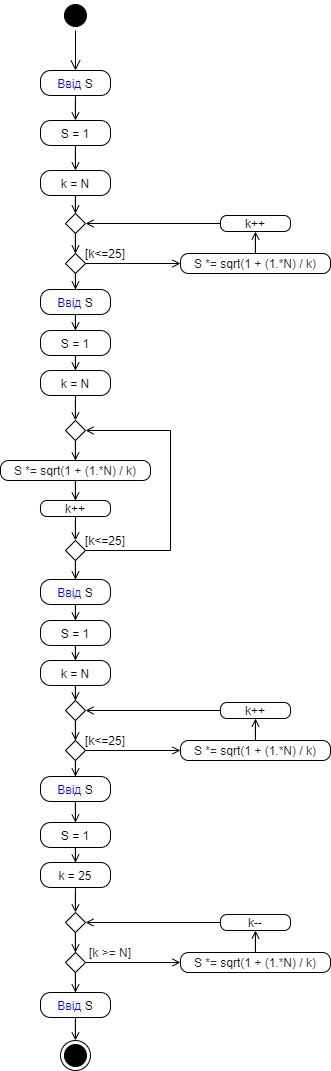
fhctyw/Lab4.1 keeps this draw.io diagram as UML.png. Above is the earlier version. Source tidied: cells renumbered, new cells last; positions are measured from the earlier drawing's top-left corner, leaving out a move shared by most shapes.
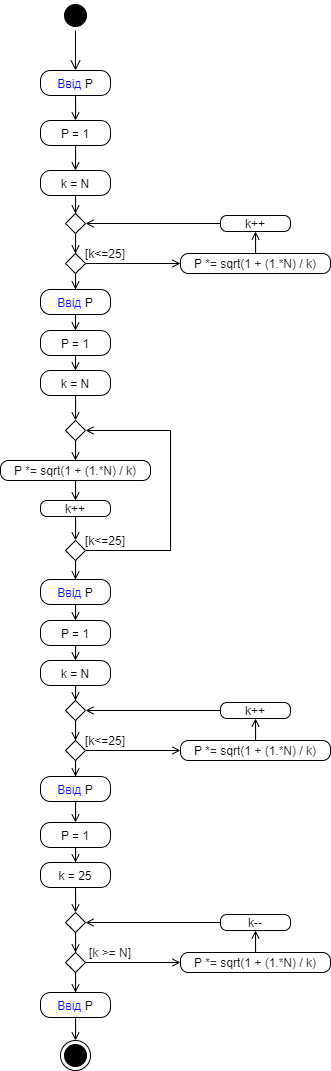
The same diagram one commit later.

What changed in the source:
```diff
@@ -15,3 +15,3 @@
     </mxCell>
-    <mxCell id="5" value="&lt;font color=&quot;#0000ff&quot;&gt;Ввід&lt;/font&gt; S" style="rounded=1;whiteSpace=wrap;html=1;arcSize=40;" parent="1" vertex="1">
+    <mxCell id="5" value="&lt;font color=&quot;#0000ff&quot;&gt;Ввід&lt;/font&gt;&amp;nbsp;P" style="rounded=1;whiteSpace=wrap;html=1;arcSize=40;" parent="1" vertex="1">
       <mxGeometry x="40" y="70" width="70" height="25" as="geometry" />
@@ -21,3 +21,3 @@
     </mxCell>
-    <mxCell id="7" value="S = 1" style="rounded=1;whiteSpace=wrap;html=1;arcSize=40;" parent="1" vertex="1">
+    <mxCell id="7" value="P&amp;nbsp;= 1" style="rounded=1;whiteSpace=wrap;html=1;arcSize=40;" parent="1" vertex="1">
       <mxGeometry x="40" y="120" width="70" height="25" as="geometry" />
@@ -48,3 +48,3 @@
     </mxCell>
-    <mxCell id="16" value="&lt;span style=&quot;color: rgb(36 , 41 , 47) ; font-family: , , &amp;#34;sf mono&amp;#34; , &amp;#34;menlo&amp;#34; , &amp;#34;consolas&amp;#34; , &amp;#34;liberation mono&amp;#34; , monospace ; background-color: rgb(255 , 255 , 255)&quot;&gt;S *= &lt;/span&gt;&lt;span class=&quot;pl-c1&quot; style=&quot;box-sizing: border-box ; font-family: , , &amp;#34;sf mono&amp;#34; , &amp;#34;menlo&amp;#34; , &amp;#34;consolas&amp;#34; , &amp;#34;liberation mono&amp;#34; , monospace ; background-color: rgb(255 , 255 , 255)&quot;&gt;sqrt&lt;/span&gt;&lt;span style=&quot;color: rgb(36 , 41 , 47) ; font-family: , , &amp;#34;sf mono&amp;#34; , &amp;#34;menlo&amp;#34; , &amp;#34;consolas&amp;#34; , &amp;#34;liberation mono&amp;#34; , monospace ; background-color: rgb(255 , 255 , 255)&quot;&gt;(&lt;/span&gt;&lt;span class=&quot;pl-c1&quot; style=&quot;box-sizing: border-box ; font-family: , , &amp;#34;sf mono&amp;#34; , &amp;#34;menlo&amp;#34; , &amp;#34;consolas&amp;#34; , &amp;#34;liberation mono&amp;#34; , monospace ; background-color: rgb(255 , 255 , 255)&quot;&gt;1&lt;/span&gt;&lt;span style=&quot;color: rgb(36 , 41 , 47) ; font-family: , , &amp;#34;sf mono&amp;#34; , &amp;#34;menlo&amp;#34; , &amp;#34;consolas&amp;#34; , &amp;#34;liberation mono&amp;#34; , monospace ; background-color: rgb(255 , 255 , 255)&quot;&gt; + (&lt;/span&gt;&lt;span class=&quot;pl-c1&quot; style=&quot;box-sizing: border-box ; font-family: , , &amp;#34;sf mono&amp;#34; , &amp;#34;menlo&amp;#34; , &amp;#34;consolas&amp;#34; , &amp;#34;liberation mono&amp;#34; , monospace ; background-color: rgb(255 , 255 , 255)&quot;&gt;1&lt;/span&gt;&lt;span style=&quot;color: rgb(36 , 41 , 47) ; font-family: , , &amp;#34;sf mono&amp;#34; , &amp;#34;menlo&amp;#34; , &amp;#34;consolas&amp;#34; , &amp;#34;liberation mono&amp;#34; , monospace ; background-color: rgb(255 , 255 , 255)&quot;&gt;.*N) / k)&lt;/span&gt;" style="rounded=1;whiteSpace=wrap;html=1;arcSize=40;" parent="1" vertex="1">
+    <mxCell id="16" value="P&lt;span style=&quot;color: rgb(36 , 41 , 47) ; font-family: , , &amp;#34;sf mono&amp;#34; , &amp;#34;menlo&amp;#34; , &amp;#34;consolas&amp;#34; , &amp;#34;liberation mono&amp;#34; , monospace ; background-color: rgb(255 , 255 , 255)&quot;&gt;&amp;nbsp;*= &lt;/span&gt;&lt;span class=&quot;pl-c1&quot; style=&quot;box-sizing: border-box ; font-family: , , &amp;#34;sf mono&amp;#34; , &amp;#34;menlo&amp;#34; , &amp;#34;consolas&amp;#34; , &amp;#34;liberation mono&amp;#34; , monospace ; background-color: rgb(255 , 255 , 255)&quot;&gt;sqrt&lt;/span&gt;&lt;span style=&quot;color: rgb(36 , 41 , 47) ; font-family: , , &amp;#34;sf mono&amp;#34; , &amp;#34;menlo&amp;#34; , &amp;#34;consolas&amp;#34; , &amp;#34;liberation mono&amp;#34; , monospace ; background-color: rgb(255 , 255 , 255)&quot;&gt;(&lt;/span&gt;&lt;span class=&quot;pl-c1&quot; style=&quot;box-sizing: border-box ; font-family: , , &amp;#34;sf mono&amp;#34; , &amp;#34;menlo&amp;#34; , &amp;#34;consolas&amp;#34; , &amp;#34;liberation mono&amp;#34; , monospace ; background-color: rgb(255 , 255 , 255)&quot;&gt;1&lt;/span&gt;&lt;span style=&quot;color: rgb(36 , 41 , 47) ; font-family: , , &amp;#34;sf mono&amp;#34; , &amp;#34;menlo&amp;#34; , &amp;#34;consolas&amp;#34; , &amp;#34;liberation mono&amp;#34; , monospace ; background-color: rgb(255 , 255 , 255)&quot;&gt; + (&lt;/span&gt;&lt;span class=&quot;pl-c1&quot; style=&quot;box-sizing: border-box ; font-family: , , &amp;#34;sf mono&amp;#34; , &amp;#34;menlo&amp;#34; , &amp;#34;consolas&amp;#34; , &amp;#34;liberation mono&amp;#34; , monospace ; background-color: rgb(255 , 255 , 255)&quot;&gt;1&lt;/span&gt;&lt;span style=&quot;color: rgb(36 , 41 , 47) ; font-family: , , &amp;#34;sf mono&amp;#34; , &amp;#34;menlo&amp;#34; , &amp;#34;consolas&amp;#34; , &amp;#34;liberation mono&amp;#34; , monospace ; background-color: rgb(255 , 255 , 255)&quot;&gt;.*N) / k)&lt;/span&gt;" style="rounded=1;whiteSpace=wrap;html=1;arcSize=40;" parent="1" vertex="1">
       <mxGeometry x="180" y="253" width="150" height="20" as="geometry" />
@@ -63,3 +63,3 @@
     </mxCell>
-    <mxCell id="21" value="&lt;font color=&quot;#0000ff&quot;&gt;Ввід&lt;/font&gt; S" style="rounded=1;whiteSpace=wrap;html=1;arcSize=40;" parent="1" vertex="1">
+    <mxCell id="21" value="&lt;font color=&quot;#0000ff&quot;&gt;Ввід&lt;/font&gt;&amp;nbsp;P" style="rounded=1;whiteSpace=wrap;html=1;arcSize=40;" parent="1" vertex="1">
       <mxGeometry x="40" y="289" width="70" height="25" as="geometry" />
@@ -75,3 +75,3 @@
     </mxCell>
-    <mxCell id="25" value="&lt;span style=&quot;color: rgb(36 , 41 , 47) ; font-family: , , &amp;#34;sf mono&amp;#34; , &amp;#34;menlo&amp;#34; , &amp;#34;consolas&amp;#34; , &amp;#34;liberation mono&amp;#34; , monospace ; background-color: rgb(255 , 255 , 255)&quot;&gt;S *= &lt;/span&gt;&lt;span class=&quot;pl-c1&quot; style=&quot;box-sizing: border-box ; font-family: , , &amp;#34;sf mono&amp;#34; , &amp;#34;menlo&amp;#34; , &amp;#34;consolas&amp;#34; , &amp;#34;liberation mono&amp;#34; , monospace ; background-color: rgb(255 , 255 , 255)&quot;&gt;sqrt&lt;/span&gt;&lt;span style=&quot;color: rgb(36 , 41 , 47) ; font-family: , , &amp;#34;sf mono&amp;#34; , &amp;#34;menlo&amp;#34; , &amp;#34;consolas&amp;#34; , &amp;#34;liberation mono&amp;#34; , monospace ; background-color: rgb(255 , 255 , 255)&quot;&gt;(&lt;/span&gt;&lt;span class=&quot;pl-c1&quot; style=&quot;box-sizing: border-box ; font-family: , , &amp;#34;sf mono&amp;#34; , &amp;#34;menlo&amp;#34; , &amp;#34;consolas&amp;#34; , &amp;#34;liberation mono&amp;#34; , monospace ; background-color: rgb(255 , 255 , 255)&quot;&gt;1&lt;/span&gt;&lt;span style=&quot;color: rgb(36 , 41 , 47) ; font-family: , , &amp;#34;sf mono&amp;#34; , &amp;#34;menlo&amp;#34; , &amp;#34;consolas&amp;#34; , &amp;#34;liberation mono&amp;#34; , monospace ; background-color: rgb(255 , 255 , 255)&quot;&gt; + (&lt;/span&gt;&lt;span class=&quot;pl-c1&quot; style=&quot;box-sizing: border-box ; font-family: , , &amp;#34;sf mono&amp;#34; , &amp;#34;menlo&amp;#34; , &amp;#34;consolas&amp;#34; , &amp;#34;liberation mono&amp;#34; , monospace ; background-color: rgb(255 , 255 , 255)&quot;&gt;1&lt;/span&gt;&lt;span style=&quot;color: rgb(36 , 41 , 47) ; font-family: , , &amp;#34;sf mono&amp;#34; , &amp;#34;menlo&amp;#34; , &amp;#34;consolas&amp;#34; , &amp;#34;liberation mono&amp;#34; , monospace ; background-color: rgb(255 , 255 , 255)&quot;&gt;.*N) / k)&lt;/span&gt;" style="rounded=1;whiteSpace=wrap;html=1;arcSize=40;" parent="1" vertex="1">
+    <mxCell id="25" value="P&lt;span style=&quot;color: rgb(36 , 41 , 47) ; font-family: , , &amp;#34;sf mono&amp;#34; , &amp;#34;menlo&amp;#34; , &amp;#34;consolas&amp;#34; , &amp;#34;liberation mono&amp;#34; , monospace ; background-color: rgb(255 , 255 , 255)&quot;&gt;&amp;nbsp;*= &lt;/span&gt;&lt;span class=&quot;pl-c1&quot; style=&quot;box-sizing: border-box ; font-family: , , &amp;#34;sf mono&amp;#34; , &amp;#34;menlo&amp;#34; , &amp;#34;consolas&amp;#34; , &amp;#34;liberation mono&amp;#34; , monospace ; background-color: rgb(255 , 255 , 255)&quot;&gt;sqrt&lt;/span&gt;&lt;span style=&quot;color: rgb(36 , 41 , 47) ; font-family: , , &amp;#34;sf mono&amp;#34; , &amp;#34;menlo&amp;#34; , &amp;#34;consolas&amp;#34; , &amp;#34;liberation mono&amp;#34; , monospace ; background-color: rgb(255 , 255 , 255)&quot;&gt;(&lt;/span&gt;&lt;span class=&quot;pl-c1&quot; style=&quot;box-sizing: border-box ; font-family: , , &amp;#34;sf mono&amp;#34; , &amp;#34;menlo&amp;#34; , &amp;#34;consolas&amp;#34; , &amp;#34;liberation mono&amp;#34; , monospace ; background-color: rgb(255 , 255 , 255)&quot;&gt;1&lt;/span&gt;&lt;span style=&quot;color: rgb(36 , 41 , 47) ; font-family: , , &amp;#34;sf mono&amp;#34; , &amp;#34;menlo&amp;#34; , &amp;#34;consolas&amp;#34; , &amp;#34;liberation mono&amp;#34; , monospace ; background-color: rgb(255 , 255 , 255)&quot;&gt; + (&lt;/span&gt;&lt;span class=&quot;pl-c1&quot; style=&quot;box-sizing: border-box ; font-family: , , &amp;#34;sf mono&amp;#34; , &amp;#34;menlo&amp;#34; , &amp;#34;consolas&amp;#34; , &amp;#34;liberation mono&amp;#34; , monospace ; background-color: rgb(255 , 255 , 255)&quot;&gt;1&lt;/span&gt;&lt;span style=&quot;color: rgb(36 , 41 , 47) ; font-family: , , &amp;#34;sf mono&amp;#34; , &amp;#34;menlo&amp;#34; , &amp;#34;consolas&amp;#34; , &amp;#34;liberation mono&amp;#34; , monospace ; background-color: rgb(255 , 255 , 255)&quot;&gt;.*N) / k)&lt;/span&gt;" style="rounded=1;whiteSpace=wrap;html=1;arcSize=40;" parent="1" vertex="1">
       <mxGeometry y="460" width="150" height="20" as="geometry" />
@@ -104,3 +104,3 @@
     </mxCell>
-    <mxCell id="33" value="&lt;font color=&quot;#0000ff&quot;&gt;Ввід&lt;/font&gt; S" style="rounded=1;whiteSpace=wrap;html=1;arcSize=40;" parent="1" vertex="1">
+    <mxCell id="33" value="&lt;font color=&quot;#0000ff&quot;&gt;Ввід&lt;/font&gt;&amp;nbsp;P" style="rounded=1;whiteSpace=wrap;html=1;arcSize=40;" parent="1" vertex="1">
       <mxGeometry x="40" y="579" width="70" height="25" as="geometry" />
@@ -110,3 +110,3 @@
     </mxCell>
-    <mxCell id="35" value="S = 1" style="rounded=1;whiteSpace=wrap;html=1;arcSize=40;" parent="1" vertex="1">
+    <mxCell id="35" value="P&amp;nbsp;= 1" style="rounded=1;whiteSpace=wrap;html=1;arcSize=40;" parent="1" vertex="1">
       <mxGeometry x="40" y="330" width="70" height="25" as="geometry" />
@@ -122,3 +122,3 @@
     </mxCell>
-    <mxCell id="39" value="S = 1" style="rounded=1;whiteSpace=wrap;html=1;arcSize=40;" parent="1" vertex="1">
+    <mxCell id="39" value="P&amp;nbsp;= 1" style="rounded=1;whiteSpace=wrap;html=1;arcSize=40;" parent="1" vertex="1">
       <mxGeometry x="40" y="620" width="70" height="25" as="geometry" />
@@ -149,3 +149,3 @@
     </mxCell>
-    <mxCell id="48" value="&lt;span style=&quot;color: rgb(36 , 41 , 47) ; font-family: , , &amp;#34;sf mono&amp;#34; , &amp;#34;menlo&amp;#34; , &amp;#34;consolas&amp;#34; , &amp;#34;liberation mono&amp;#34; , monospace ; background-color: rgb(255 , 255 , 255)&quot;&gt;S *= &lt;/span&gt;&lt;span class=&quot;pl-c1&quot; style=&quot;box-sizing: border-box ; font-family: , , &amp;#34;sf mono&amp;#34; , &amp;#34;menlo&amp;#34; , &amp;#34;consolas&amp;#34; , &amp;#34;liberation mono&amp;#34; , monospace ; background-color: rgb(255 , 255 , 255)&quot;&gt;sqrt&lt;/span&gt;&lt;span style=&quot;color: rgb(36 , 41 , 47) ; font-family: , , &amp;#34;sf mono&amp;#34; , &amp;#34;menlo&amp;#34; , &amp;#34;consolas&amp;#34; , &amp;#34;liberation mono&amp;#34; , monospace ; background-color: rgb(255 , 255 , 255)&quot;&gt;(&lt;/span&gt;&lt;span class=&quot;pl-c1&quot; style=&quot;box-sizing: border-box ; font-family: , , &amp;#34;sf mono&amp;#34; , &amp;#34;menlo&amp;#34; , &amp;#34;consolas&amp;#34; , &amp;#34;liberation mono&amp;#34; , monospace ; background-color: rgb(255 , 255 , 255)&quot;&gt;1&lt;/span&gt;&lt;span style=&quot;color: rgb(36 , 41 , 47) ; font-family: , , &amp;#34;sf mono&amp;#34; , &amp;#34;menlo&amp;#34; , &amp;#34;consolas&amp;#34; , &amp;#34;liberation mono&amp;#34; , monospace ; background-color: rgb(255 , 255 , 255)&quot;&gt; + (&lt;/span&gt;&lt;span class=&quot;pl-c1&quot; style=&quot;box-sizing: border-box ; font-family: , , &amp;#34;sf mono&amp;#34; , &amp;#34;menlo&amp;#34; , &amp;#34;consolas&amp;#34; , &amp;#34;liberation mono&amp;#34; , monospace ; background-color: rgb(255 , 255 , 255)&quot;&gt;1&lt;/span&gt;&lt;span style=&quot;color: rgb(36 , 41 , 47) ; font-family: , , &amp;#34;sf mono&amp;#34; , &amp;#34;menlo&amp;#34; , &amp;#34;consolas&amp;#34; , &amp;#34;liberation mono&amp;#34; , monospace ; background-color: rgb(255 , 255 , 255)&quot;&gt;.*N) / k)&lt;/span&gt;" style="rounded=1;whiteSpace=wrap;html=1;arcSize=40;" parent="1" vertex="1">
+    <mxCell id="48" value="P&lt;span style=&quot;color: rgb(36 , 41 , 47) ; font-family: , , &amp;#34;sf mono&amp;#34; , &amp;#34;menlo&amp;#34; , &amp;#34;consolas&amp;#34; , &amp;#34;liberation mono&amp;#34; , monospace ; background-color: rgb(255 , 255 , 255)&quot;&gt;&amp;nbsp;*= &lt;/span&gt;&lt;span class=&quot;pl-c1&quot; style=&quot;box-sizing: border-box ; font-family: , , &amp;#34;sf mono&amp;#34; , &amp;#34;menlo&amp;#34; , &amp;#34;consolas&amp;#34; , &amp;#34;liberation mono&amp;#34; , monospace ; background-color: rgb(255 , 255 , 255)&quot;&gt;sqrt&lt;/span&gt;&lt;span style=&quot;color: rgb(36 , 41 , 47) ; font-family: , , &amp;#34;sf mono&amp;#34; , &amp;#34;menlo&amp;#34; , &amp;#34;consolas&amp;#34; , &amp;#34;liberation mono&amp;#34; , monospace ; background-color: rgb(255 , 255 , 255)&quot;&gt;(&lt;/span&gt;&lt;span class=&quot;pl-c1&quot; style=&quot;box-sizing: border-box ; font-family: , , &amp;#34;sf mono&amp;#34; , &amp;#34;menlo&amp;#34; , &amp;#34;consolas&amp;#34; , &amp;#34;liberation mono&amp;#34; , monospace ; background-color: rgb(255 , 255 , 255)&quot;&gt;1&lt;/span&gt;&lt;span style=&quot;color: rgb(36 , 41 , 47) ; font-family: , , &amp;#34;sf mono&amp;#34; , &amp;#34;menlo&amp;#34; , &amp;#34;consolas&amp;#34; , &amp;#34;liberation mono&amp;#34; , monospace ; background-color: rgb(255 , 255 , 255)&quot;&gt; + (&lt;/span&gt;&lt;span class=&quot;pl-c1&quot; style=&quot;box-sizing: border-box ; font-family: , , &amp;#34;sf mono&amp;#34; , &amp;#34;menlo&amp;#34; , &amp;#34;consolas&amp;#34; , &amp;#34;liberation mono&amp;#34; , monospace ; background-color: rgb(255 , 255 , 255)&quot;&gt;1&lt;/span&gt;&lt;span style=&quot;color: rgb(36 , 41 , 47) ; font-family: , , &amp;#34;sf mono&amp;#34; , &amp;#34;menlo&amp;#34; , &amp;#34;consolas&amp;#34; , &amp;#34;liberation mono&amp;#34; , monospace ; background-color: rgb(255 , 255 , 255)&quot;&gt;.*N) / k)&lt;/span&gt;" style="rounded=1;whiteSpace=wrap;html=1;arcSize=40;" parent="1" vertex="1">
       <mxGeometry x="180" y="740" width="150" height="20" as="geometry" />
@@ -164,3 +164,3 @@
     </mxCell>
-    <mxCell id="53" value="&lt;font color=&quot;#0000ff&quot;&gt;Ввід&lt;/font&gt; S" style="rounded=1;whiteSpace=wrap;html=1;arcSize=40;" parent="1" vertex="1">
+    <mxCell id="53" value="&lt;font color=&quot;#0000ff&quot;&gt;Ввід&lt;/font&gt;&amp;nbsp;P" style="rounded=1;whiteSpace=wrap;html=1;arcSize=40;" parent="1" vertex="1">
       <mxGeometry x="40" y="776" width="70" height="25" as="geometry" />
@@ -170,3 +170,3 @@
     </mxCell>
-    <mxCell id="55" value="S = 1" style="rounded=1;whiteSpace=wrap;html=1;arcSize=40;" parent="1" vertex="1">
+    <mxCell id="55" value="P&amp;nbsp;= 1" style="rounded=1;whiteSpace=wrap;html=1;arcSize=40;" parent="1" vertex="1">
       <mxGeometry x="40" y="822" width="70" height="25" as="geometry" />
@@ -197,3 +197,3 @@
     </mxCell>
-    <mxCell id="64" value="&lt;span style=&quot;color: rgb(36 , 41 , 47) ; font-family: , , &amp;#34;sf mono&amp;#34; , &amp;#34;menlo&amp;#34; , &amp;#34;consolas&amp;#34; , &amp;#34;liberation mono&amp;#34; , monospace ; background-color: rgb(255 , 255 , 255)&quot;&gt;S *= &lt;/span&gt;&lt;span class=&quot;pl-c1&quot; style=&quot;box-sizing: border-box ; font-family: , , &amp;#34;sf mono&amp;#34; , &amp;#34;menlo&amp;#34; , &amp;#34;consolas&amp;#34; , &amp;#34;liberation mono&amp;#34; , monospace ; background-color: rgb(255 , 255 , 255)&quot;&gt;sqrt&lt;/span&gt;&lt;span style=&quot;color: rgb(36 , 41 , 47) ; font-family: , , &amp;#34;sf mono&amp;#34; , &amp;#34;menlo&amp;#34; , &amp;#34;consolas&amp;#34; , &amp;#34;liberation mono&amp;#34; , monospace ; background-color: rgb(255 , 255 , 255)&quot;&gt;(&lt;/span&gt;&lt;span class=&quot;pl-c1&quot; style=&quot;box-sizing: border-box ; font-family: , , &amp;#34;sf mono&amp;#34; , &amp;#34;menlo&amp;#34; , &amp;#34;consolas&amp;#34; , &amp;#34;liberation mono&amp;#34; , monospace ; background-color: rgb(255 , 255 , 255)&quot;&gt;1&lt;/span&gt;&lt;span style=&quot;color: rgb(36 , 41 , 47) ; font-family: , , &amp;#34;sf mono&amp;#34; , &amp;#34;menlo&amp;#34; , &amp;#34;consolas&amp;#34; , &amp;#34;liberation mono&amp;#34; , monospace ; background-color: rgb(255 , 255 , 255)&quot;&gt; + (&lt;/span&gt;&lt;span class=&quot;pl-c1&quot; style=&quot;box-sizing: border-box ; font-family: , , &amp;#34;sf mono&amp;#34; , &amp;#34;menlo&amp;#34; , &amp;#34;consolas&amp;#34; , &amp;#34;liberation mono&amp;#34; , monospace ; background-color: rgb(255 , 255 , 255)&quot;&gt;1&lt;/span&gt;&lt;span style=&quot;color: rgb(36 , 41 , 47) ; font-family: , , &amp;#34;sf mono&amp;#34; , &amp;#34;menlo&amp;#34; , &amp;#34;consolas&amp;#34; , &amp;#34;liberation mono&amp;#34; , monospace ; background-color: rgb(255 , 255 , 255)&quot;&gt;.*N) / k)&lt;/span&gt;" style="rounded=1;whiteSpace=wrap;html=1;arcSize=40;" parent="1" vertex="1">
+    <mxCell id="64" value="P&lt;span style=&quot;color: rgb(36 , 41 , 47) ; font-family: , , &amp;#34;sf mono&amp;#34; , &amp;#34;menlo&amp;#34; , &amp;#34;consolas&amp;#34; , &amp;#34;liberation mono&amp;#34; , monospace ; background-color: rgb(255 , 255 , 255)&quot;&gt;&amp;nbsp;*= &lt;/span&gt;&lt;span class=&quot;pl-c1&quot; style=&quot;box-sizing: border-box ; font-family: , , &amp;#34;sf mono&amp;#34; , &amp;#34;menlo&amp;#34; , &amp;#34;consolas&amp;#34; , &amp;#34;liberation mono&amp;#34; , monospace ; background-color: rgb(255 , 255 , 255)&quot;&gt;sqrt&lt;/span&gt;&lt;span style=&quot;color: rgb(36 , 41 , 47) ; font-family: , , &amp;#34;sf mono&amp;#34; , &amp;#34;menlo&amp;#34; , &amp;#34;consolas&amp;#34; , &amp;#34;liberation mono&amp;#34; , monospace ; background-color: rgb(255 , 255 , 255)&quot;&gt;(&lt;/span&gt;&lt;span class=&quot;pl-c1&quot; style=&quot;box-sizing: border-box ; font-family: , , &amp;#34;sf mono&amp;#34; , &amp;#34;menlo&amp;#34; , &amp;#34;consolas&amp;#34; , &amp;#34;liberation mono&amp;#34; , monospace ; background-color: rgb(255 , 255 , 255)&quot;&gt;1&lt;/span&gt;&lt;span style=&quot;color: rgb(36 , 41 , 47) ; font-family: , , &amp;#34;sf mono&amp;#34; , &amp;#34;menlo&amp;#34; , &amp;#34;consolas&amp;#34; , &amp;#34;liberation mono&amp;#34; , monospace ; background-color: rgb(255 , 255 , 255)&quot;&gt; + (&lt;/span&gt;&lt;span class=&quot;pl-c1&quot; style=&quot;box-sizing: border-box ; font-family: , , &amp;#34;sf mono&amp;#34; , &amp;#34;menlo&amp;#34; , &amp;#34;consolas&amp;#34; , &amp;#34;liberation mono&amp;#34; , monospace ; background-color: rgb(255 , 255 , 255)&quot;&gt;1&lt;/span&gt;&lt;span style=&quot;color: rgb(36 , 41 , 47) ; font-family: , , &amp;#34;sf mono&amp;#34; , &amp;#34;menlo&amp;#34; , &amp;#34;consolas&amp;#34; , &amp;#34;liberation mono&amp;#34; , monospace ; background-color: rgb(255 , 255 , 255)&quot;&gt;.*N) / k)&lt;/span&gt;" style="rounded=1;whiteSpace=wrap;html=1;arcSize=40;" parent="1" vertex="1">
       <mxGeometry x="180" y="952" width="150" height="20" as="geometry" />
@@ -212,3 +212,3 @@
     </mxCell>
-    <mxCell id="69" value="&lt;font color=&quot;#0000ff&quot;&gt;Ввід&lt;/font&gt; S" style="rounded=1;whiteSpace=wrap;html=1;arcSize=40;" parent="1" vertex="1">
+    <mxCell id="69" value="&lt;font color=&quot;#0000ff&quot;&gt;Ввід&lt;/font&gt;&amp;nbsp;P" style="rounded=1;whiteSpace=wrap;html=1;arcSize=40;" parent="1" vertex="1">
       <mxGeometry x="40" y="992" width="70" height="25" as="geometry" />
```
